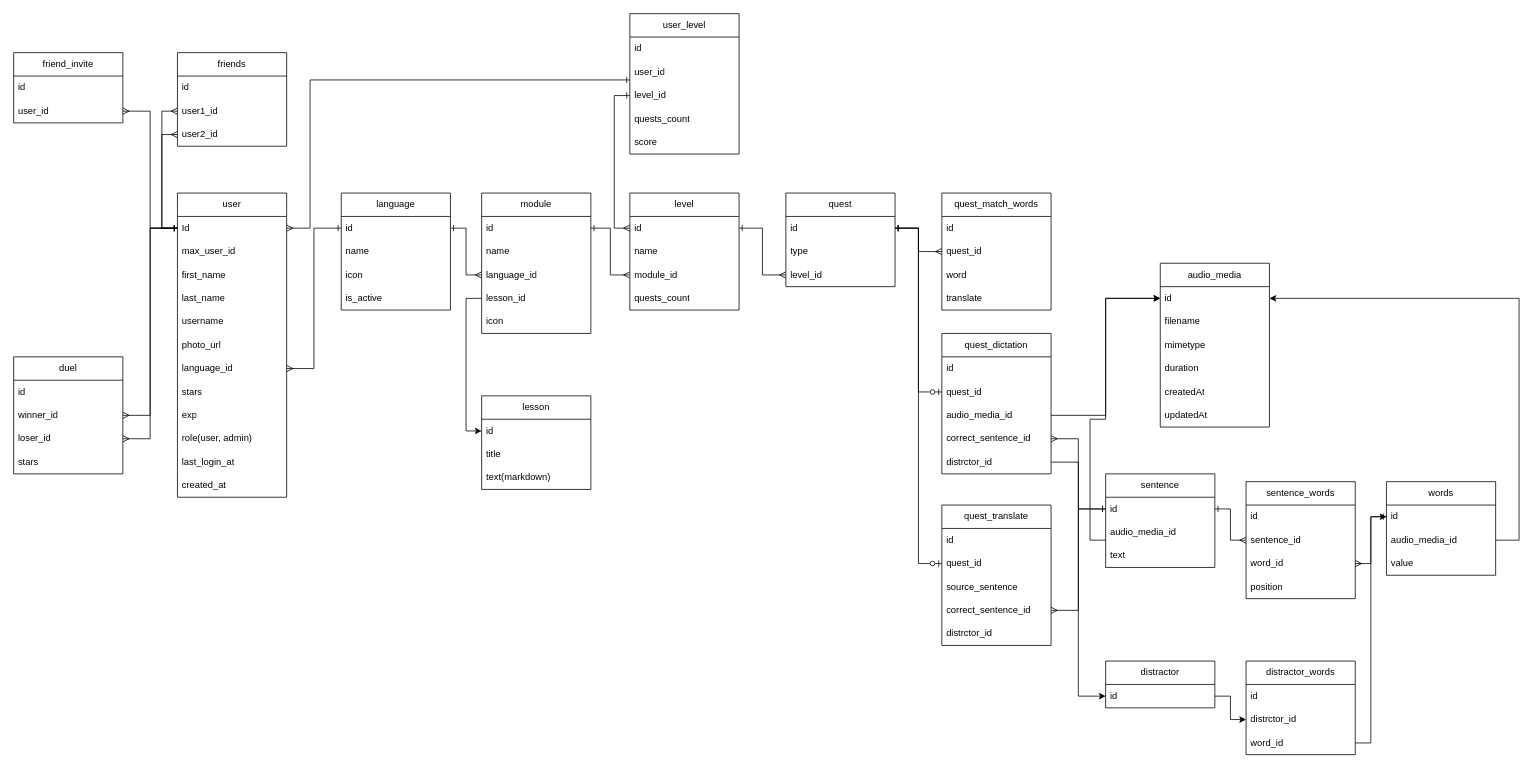
Earlier version of the draw.io diagram ER.drawio (shurma1/lingua). Source tidied: cells renumbered, new cells numbered last; positions are measured from the earlier drawing's top-left corner, leaving out a move shared by most shapes. Both pictures are drawn from the tidied source at 78%, with x=0, y=0 at pixel (13, 13).
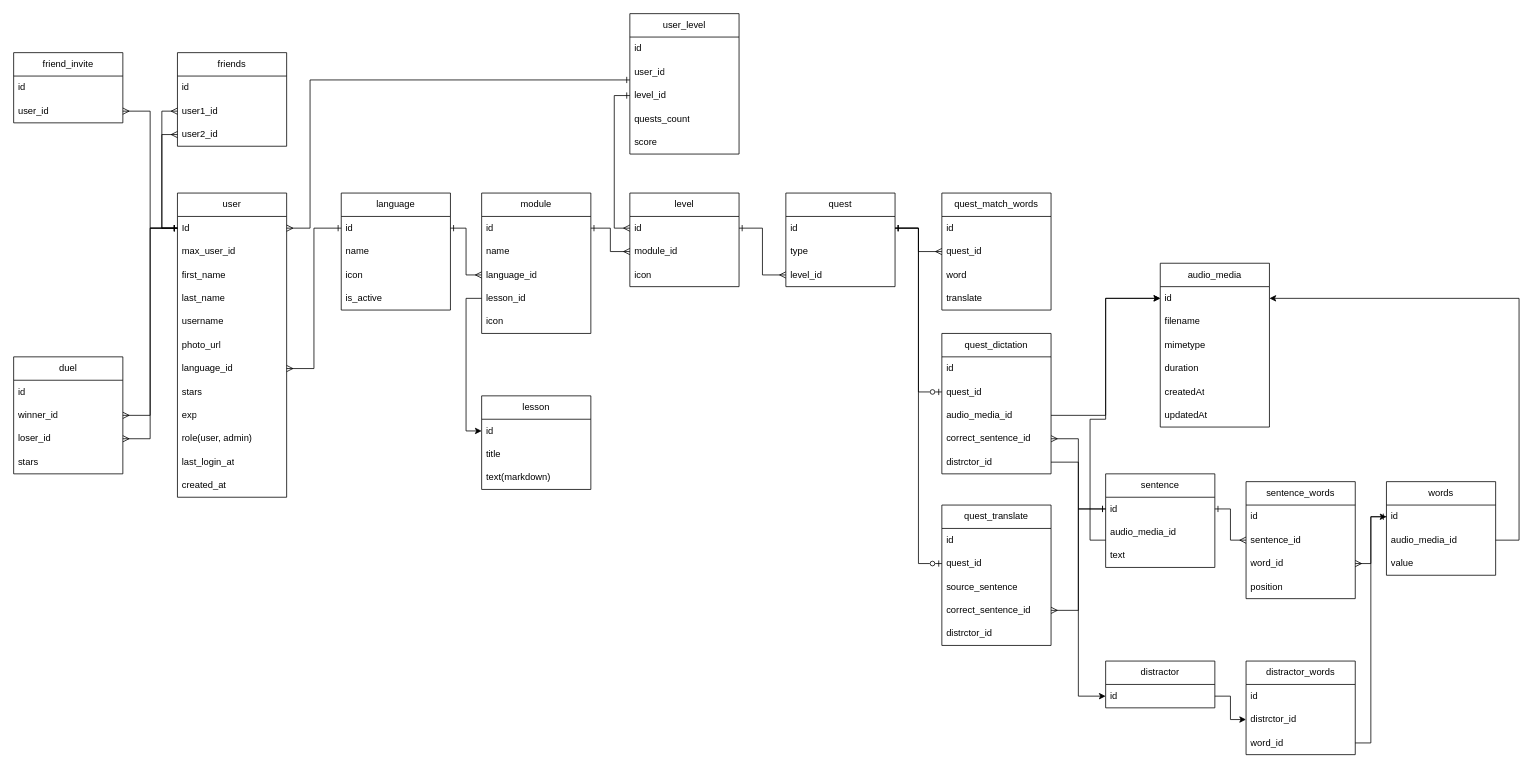
The same page after the edit.

What changed in the source:
```diff
@@
     <mxCell id="26" value="level" style="swimlane;fontStyle=0;horizontal=1;startSize=30;whiteSpace=wrap;html=1;" parent="1" vertex="1">
-      <mxGeometry x="790" y="230" width="140" height="150" as="geometry" />
+      <mxGeometry x="790" y="230" width="140" height="120" as="geometry" />
     </mxCell>
@@
+    <mxCell id="29" value="module_id" style="text;strokeColor=none;fillColor=none;align=left;verticalAlign=middle;spacingLeft=4;spacingRight=4;overflow=hidden;points=[[0,0.5],[1,0.5]];portConstraint=eastwest;whiteSpace=wrap;html=1;" parent="26" vertex="1">
+      <mxGeometry y="60" width="140" height="30" as="geometry" />
+    </mxCell>
-    <mxCell id="28" value="name" style="text;strokeColor=none;fillColor=none;align=left;verticalAlign=middle;spacingLeft=4;spacingRight=4;overflow=hidden;whiteSpace=wrap;html=1;" parent="26" vertex="1">
-      <mxGeometry y="60" width="140" height="30" as="geometry" />
+    <mxCell id="28" value="icon" style="text;strokeColor=none;fillColor=none;align=left;verticalAlign=middle;spacingLeft=4;spacingRight=4;overflow=hidden;whiteSpace=wrap;html=1;" parent="26" vertex="1">
+      <mxGeometry y="90" width="140" height="30" as="geometry" />
     </mxCell>
-    <mxCell id="29" value="module_id" style="text;strokeColor=none;fillColor=none;align=left;verticalAlign=middle;spacingLeft=4;spacingRight=4;overflow=hidden;points=[[0,0.5],[1,0.5]];portConstraint=eastwest;whiteSpace=wrap;html=1;" parent="26" vertex="1">
-      <mxGeometry y="90" width="140" height="30" as="geometry" />
-    </mxCell>
-    <mxCell id="30" value="quests_count" style="text;strokeColor=none;fillColor=none;align=left;verticalAlign=middle;spacingLeft=4;spacingRight=4;overflow=hidden;whiteSpace=wrap;html=1;" parent="26" vertex="1">
-      <mxGeometry y="120" width="140" height="30" as="geometry" />
-    </mxCell>
```
